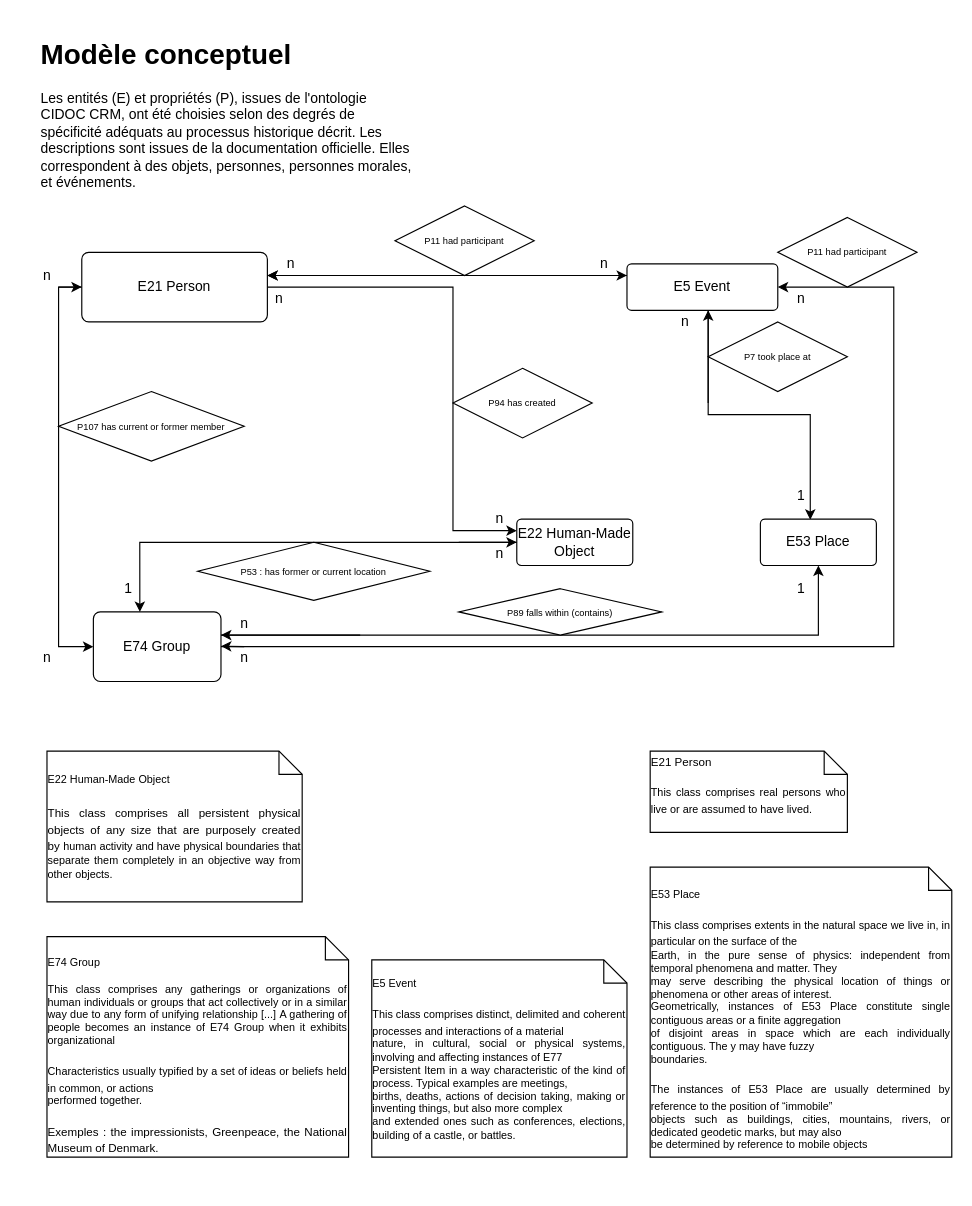
Oeconomo/Mexican_natures keeps this draw.io diagram as CIDOC CRM.drawio. Above is the earlier version. Source tidied: cells renumbered, new cells numbered last; positions are measured from the earlier drawing's top-left corner, leaving out a move shared by most shapes. Both pictures are drawn from the tidied source at 116%, with x=0, y=0 at pixel (35, 31).
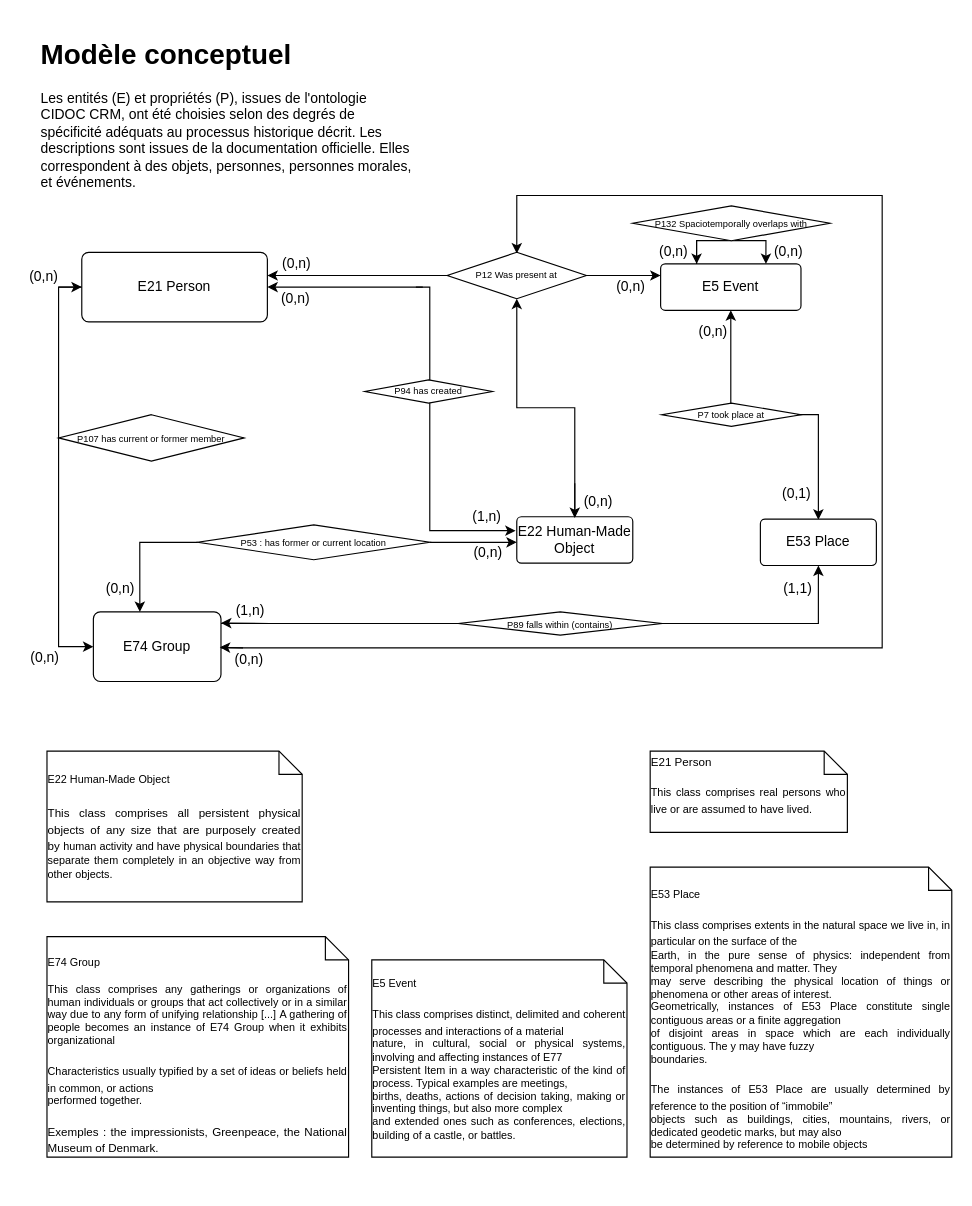
After the change.

The change refers to these unchanged cells:
```xml
<mxCell id="6" value="&lt;div&gt;&lt;/div&gt;E53 Place" style="rounded=1;arcSize=10;whiteSpace=wrap;html=1;align=center;" parent="1" vertex="1">
  <mxGeometry x="625" y="420" width="100" height="40" as="geometry" />
</mxCell>
<mxCell id="10" value="&lt;div&gt;E21 Person&lt;/div&gt;" style="rounded=1;arcSize=10;whiteSpace=wrap;html=1;align=center;" parent="1" vertex="1">
  <mxGeometry x="40" y="190" width="160" height="60" as="geometry" />
</mxCell>
<mxCell id="16" value="E74 Group" style="rounded=1;arcSize=10;whiteSpace=wrap;html=1;align=center;" parent="1" vertex="1">
  <mxGeometry x="50" y="500" width="110" height="60" as="geometry" />
</mxCell>
```

What changed in the source:
```diff
@@
-    <mxCell id="2" style="edgeStyle=orthogonalEdgeStyle;rounded=0;jettySize=auto;html=1;fontFamily=Helvetica;fontSize=8;entryX=0.43;entryY=0.013;entryDx=0;entryDy=0;entryPerimeter=0;" parent="1" edge="1" source="4" target="6">
+    <mxCell id="2" style="edgeStyle=orthogonalEdgeStyle;rounded=0;orthogonalLoop=1;jettySize=auto;html=1;fontFamily=Helvetica;fontSize=8;entryX=0.43;entryY=0.013;entryDx=0;entryDy=0;entryPerimeter=0;startArrow=none;" parent="1" edge="1">
       <mxGeometry relative="1" as="geometry">
+        <mxPoint x="667" y="330" as="sourcePoint" />
+        <mxPoint x="675" y="420.5" as="targetPoint" />
         <Array as="points">
-          <mxPoint x="580" y="330" />
-          <mxPoint x="668" y="330" />
+          <mxPoint x="587" y="330" />
+          <mxPoint x="675" y="330" />
         </Array>
       </mxGeometry>
     </mxCell>
-    <mxCell id="3" style="edgeStyle=orthogonalEdgeStyle;rounded=0;jettySize=auto;html=1;fontFamily=Helvetica;fontSize=8;exitX=0;exitY=0.25;exitDx=0;exitDy=0;" parent="1" edge="1" source="4">
+    <mxCell id="3" style="edgeStyle=orthogonalEdgeStyle;rounded=0;jettySize=auto;html=1;fontFamily=Helvetica;fontSize=8;exitX=0;exitY=0.25;exitDx=0;exitDy=0;startArrow=none;" parent="1" edge="1" source="21">
       <mxGeometry relative="1" as="geometry">
         <mxPoint x="200" y="210" as="targetPoint" />
         <Array as="points">
-          <mxPoint x="260" y="210" />
+          <mxPoint x="415" y="210" />
         </Array>
       </mxGeometry>
     </mxCell>
+    <mxCell id="47" style="edgeStyle=orthogonalEdgeStyle;rounded=0;orthogonalLoop=1;jettySize=auto;html=1;fontFamily=Helvetica;fontSize=12;entryX=0.75;entryY=0;entryDx=0;entryDy=0;" parent="1" edge="1" source="4" target="4">
+      <mxGeometry relative="1" as="geometry">
+        <Array as="points">
+          <mxPoint x="570" y="180" />
+          <mxPoint x="630" y="180" />
+        </Array>
+      </mxGeometry>
+    </mxCell>
     <mxCell id="4" value="E5 Event" style="rounded=1;arcSize=10;whiteSpace=wrap;html=1;align=center;" parent="1" vertex="1">
-      <mxGeometry x="510" y="200" width="130" height="40" as="geometry" />
+      <mxGeometry x="539" y="200" width="121" height="40" as="geometry" />
     </mxCell>
@@
-    <mxCell id="9" style="edgeStyle=orthogonalEdgeStyle;rounded=0;jettySize=auto;html=1;fontFamily=Helvetica;fontSize=8;entryX=0;entryY=0.25;entryDx=0;entryDy=0;" parent="1" edge="1" source="10" target="19">
+    <mxCell id="9" style="edgeStyle=orthogonalEdgeStyle;rounded=0;orthogonalLoop=1;jettySize=auto;html=1;fontFamily=Helvetica;fontSize=8;startArrow=none;" parent="1" edge="1">
       <mxGeometry relative="1" as="geometry">
+        <mxPoint x="328" y="220" as="sourcePoint" />
+        <mxPoint x="414" y="430" as="targetPoint" />
         <Array as="points">
-          <mxPoint x="360" y="220" />
-          <mxPoint x="360" y="430" />
+          <mxPoint x="340" y="220" />
+          <mxPoint x="340" y="430" />
         </Array>
       </mxGeometry>
     </mxCell>
@@
-    <mxCell id="12" value="&lt;div&gt;&lt;div&gt;&lt;font style=&quot;font-size: 8px;&quot;&gt;P53 : has former or current location&lt;/font&gt;&lt;/div&gt;&lt;/div&gt;" style="shape=rhombus;perimeter=rhombusPerimeter;whiteSpace=wrap;html=1;align=center;" parent="1" vertex="1">
-      <mxGeometry x="140" y="440" width="200" height="50" as="geometry" />
-    </mxCell>
@@
     <mxCell id="14" style="edgeStyle=orthogonalEdgeStyle;rounded=0;jettySize=auto;html=1;entryX=0.5;entryY=1;entryDx=0;entryDy=0;fontFamily=Helvetica;fontSize=10;" parent="1" edge="1" source="16" target="6">
       <mxGeometry relative="1" as="geometry">
         <Array as="points">
-          <mxPoint x="675" y="520" />
+          <mxPoint x="675" y="510" />
         </Array>
       </mxGeometry>
     </mxCell>
-    <mxCell id="15" style="edgeStyle=orthogonalEdgeStyle;rounded=0;jettySize=auto;html=1;fontFamily=Helvetica;fontSize=8;entryX=1;entryY=0.5;entryDx=0;entryDy=0;" parent="1" edge="1" source="16" target="4">
+    <mxCell id="15" style="edgeStyle=orthogonalEdgeStyle;rounded=0;orthogonalLoop=1;jettySize=auto;html=1;fontFamily=Helvetica;fontSize=8;entryX=0.5;entryY=0;entryDx=0;entryDy=0;" parent="1" edge="1">
       <mxGeometry relative="1" as="geometry">
+        <mxPoint x="160" y="531" as="sourcePoint" />
+        <mxPoint x="415" y="191" as="targetPoint" />
         <Array as="points">
-          <mxPoint x="740" y="530" />
-          <mxPoint x="740" y="220" />
+          <mxPoint x="730" y="531" />
+          <mxPoint x="730" y="141" />
+          <mxPoint x="415" y="141" />
         </Array>
       </mxGeometry>
     </mxCell>
@@
-    <mxCell id="18" style="edgeStyle=orthogonalEdgeStyle;rounded=0;jettySize=auto;html=1;entryX=0.364;entryY=0;entryDx=0;entryDy=0;entryPerimeter=0;fontFamily=Helvetica;fontSize=8;" parent="1" edge="1" source="19" target="16">
+    <mxCell id="18" style="edgeStyle=orthogonalEdgeStyle;rounded=0;jettySize=auto;html=1;entryX=0.364;entryY=0;entryDx=0;entryDy=0;entryPerimeter=0;fontFamily=Helvetica;fontSize=8;startArrow=none;exitX=0;exitY=0.5;exitDx=0;exitDy=0;" parent="1" edge="1" source="12" target="16">
       <mxGeometry relative="1" as="geometry" />
     </mxCell>
+    <mxCell id="48" style="edgeStyle=orthogonalEdgeStyle;rounded=0;jettySize=auto;html=1;entryX=0.5;entryY=1;entryDx=0;entryDy=0;fontFamily=Helvetica;fontSize=8;" parent="1" edge="1" source="19" target="21">
+      <mxGeometry relative="1" as="geometry" />
+    </mxCell>
     <mxCell id="19" value="E22 Human-Made Object" style="rounded=1;arcSize=10;whiteSpace=wrap;html=1;align=center;" parent="1" vertex="1">
-      <mxGeometry x="415" y="420" width="100" height="40" as="geometry" />
+      <mxGeometry x="415" y="418" width="100" height="40" as="geometry" />
     </mxCell>
@@
-    <mxCell id="21" value="&lt;font style=&quot;font-size: 8px;&quot;&gt;P11 had participant&lt;/font&gt;" style="shape=rhombus;perimeter=rhombusPerimeter;whiteSpace=wrap;html=1;align=center;fontFamily=Helvetica;fontSize=8;" parent="1" vertex="1">
-      <mxGeometry x="310" y="150" width="120" height="60" as="geometry" />
-    </mxCell>
-    <mxCell id="22" value="P7 took place at" style="shape=rhombus;perimeter=rhombusPerimeter;whiteSpace=wrap;html=1;align=center;fontFamily=Helvetica;fontSize=8;" parent="1" vertex="1">
-      <mxGeometry x="580" y="250" width="120" height="60" as="geometry" />
-    </mxCell>
-    <mxCell id="23" value="P94 has created" style="shape=rhombus;perimeter=rhombusPerimeter;whiteSpace=wrap;html=1;align=center;fontFamily=Helvetica;fontSize=8;" parent="1" vertex="1">
-      <mxGeometry x="360" y="290" width="120" height="60" as="geometry" />
-    </mxCell>
     <mxCell id="24" value="&lt;br&gt;&lt;div title=&quot;Page 101&quot; class=&quot;page&quot;&gt;&lt;div class=&quot;layoutArea&quot;&gt;&lt;div class=&quot;column&quot;&gt;     &lt;p&gt;&lt;font style=&quot;font-size: 8px;&quot;&gt;P107 has current or former member&lt;/font&gt;&lt;/p&gt;&lt;/div&gt;   &lt;/div&gt;&lt;br&gt;  &lt;/div&gt;" style="shape=rhombus;perimeter=rhombusPerimeter;whiteSpace=wrap;html=1;align=center;fontFamily=Helvetica;fontSize=10;" parent="1" vertex="1">
-      <mxGeometry x="20" y="310" width="160" height="60" as="geometry" />
+      <mxGeometry x="20" y="330" width="160" height="40" as="geometry" />
     </mxCell>
-    <mxCell id="25" value="&lt;font style=&quot;font-size: 8px;&quot;&gt;P11 had participant&lt;/font&gt;" style="shape=rhombus;perimeter=rhombusPerimeter;whiteSpace=wrap;html=1;align=center;fontFamily=Helvetica;fontSize=8;" parent="1" vertex="1">
-      <mxGeometry x="640" y="160" width="120" height="60" as="geometry" />
-    </mxCell>
     <mxCell id="26" value="&lt;span style=&quot;font-size: 8px; background-color: initial;&quot;&gt;P89 falls within (contains)&lt;/span&gt;" style="shape=rhombus;perimeter=rhombusPerimeter;whiteSpace=wrap;html=1;align=center;fontFamily=Helvetica;fontSize=10;" parent="1" vertex="1">
-      <mxGeometry x="365" y="480" width="175" height="40" as="geometry" />
+      <mxGeometry x="365" y="500" width="175" height="20" as="geometry" />
     </mxCell>
-    <mxCell id="27" style="endArrow=classic;startArrow=classic;html=1;rounded=0;fontFamily=Helvetica;fontSize=8;entryX=0;entryY=0.25;entryDx=0;entryDy=0;" parent="1" edge="1" target="4">
-      <mxGeometry relative="1" as="geometry">
-        <mxPoint x="200" y="210" as="sourcePoint" />
-      </mxGeometry>
-    </mxCell>
@@
-    <mxCell id="29" style="endArrow=classic;html=1;rounded=0;fontFamily=Helvetica;fontSize=8;" parent="1" edge="1">
+    <mxCell id="29" style="endArrow=classic;html=1;rounded=0;fontFamily=Helvetica;fontSize=8;exitX=1;exitY=0.5;exitDx=0;exitDy=0;" parent="1" edge="1" source="12">
       <mxGeometry relative="1" as="geometry">
-        <mxPoint x="365" y="440" as="sourcePoint" />
         <mxPoint x="415" y="440" as="targetPoint" />
       </mxGeometry>
     </mxCell>
-    <mxCell id="30" style="endArrow=classic;html=1;rounded=0;fontFamily=Helvetica;fontSize=8;" parent="1" edge="1">
+    <mxCell id="30" style="endArrow=classic;html=1;rounded=0;fontFamily=Helvetica;fontSize=8;exitX=0.975;exitY=0.55;exitDx=0;exitDy=0;exitPerimeter=0;" parent="1" edge="1">
       <mxGeometry relative="1" as="geometry">
-        <mxPoint x="280" y="520" as="sourcePoint" />
-        <mxPoint x="160" y="520" as="targetPoint" />
+        <mxPoint x="202" y="510" as="sourcePoint" />
+        <mxPoint x="160" y="509.5" as="targetPoint" />
       </mxGeometry>
     </mxCell>
     <mxCell id="31" style="endArrow=classic;html=1;rounded=0;fontFamily=Helvetica;fontSize=8;" parent="1" edge="1">
       <mxGeometry relative="1" as="geometry">
-        <mxPoint x="180" y="530" as="sourcePoint" />
-        <mxPoint x="160" y="529.5" as="targetPoint" />
+        <mxPoint x="179" y="531" as="sourcePoint" />
+        <mxPoint x="159" y="530.5" as="targetPoint" />
       </mxGeometry>
     </mxCell>
     <mxCell id="32" style="endArrow=classic;html=1;rounded=0;fontFamily=Helvetica;fontSize=8;" parent="1" edge="1">
       <mxGeometry relative="1" as="geometry">
-        <mxPoint x="580" y="320" as="sourcePoint" />
-        <mxPoint x="580" y="240" as="targetPoint" />
+        <mxPoint x="599.5" y="320" as="sourcePoint" />
+        <mxPoint x="599.5" y="240" as="targetPoint" />
       </mxGeometry>
     </mxCell>
-    <mxCell id="33" value="&lt;font style=&quot;font-size: 12px;&quot;&gt;n&lt;/font&gt;" style="text;html=1;align=center;verticalAlign=middle;strokeColor=none;fillColor=none;fontSize=8;fontFamily=Helvetica;" parent="1" vertex="1">
-      <mxGeometry x="210" y="190" width="20" height="20" as="geometry" />
+    <mxCell id="33" value="&lt;font style=&quot;font-size: 12px;&quot;&gt;(0,n)&lt;/font&gt;" style="text;html=1;align=center;verticalAlign=middle;strokeColor=none;fillColor=none;fontSize=8;fontFamily=Helvetica;" parent="1" vertex="1">
+      <mxGeometry x="205" y="190" width="40" height="20" as="geometry" />
     </mxCell>
-    <mxCell id="34" value="&lt;font style=&quot;font-size: 12px;&quot;&gt;n&lt;/font&gt;" style="text;html=1;align=center;verticalAlign=middle;strokeColor=none;fillColor=none;fontSize=8;fontFamily=Helvetica;" parent="1" vertex="1">
-      <mxGeometry y="530" width="20" height="20" as="geometry" />
+    <mxCell id="34" value="&lt;span style=&quot;font-size: 12px;&quot;&gt;(0,n)&lt;/span&gt;" style="text;html=1;align=center;verticalAlign=middle;strokeColor=none;fillColor=none;fontSize=8;fontFamily=Helvetica;" parent="1" vertex="1">
+      <mxGeometry x="-12" y="530" width="40" height="20" as="geometry" />
     </mxCell>
-    <mxCell id="35" value="&lt;font style=&quot;font-size: 12px;&quot;&gt;n&lt;/font&gt;" style="text;html=1;align=center;verticalAlign=middle;strokeColor=none;fillColor=none;fontSize=8;fontFamily=Helvetica;" parent="1" vertex="1">
-      <mxGeometry x="650" y="220" width="20" height="20" as="geometry" />
-    </mxCell>
-    <mxCell id="36" value="&lt;font style=&quot;font-size: 12px;&quot;&gt;n&lt;/font&gt;" style="text;html=1;align=center;verticalAlign=middle;strokeColor=none;fillColor=none;fontSize=8;fontFamily=Helvetica;" parent="1" vertex="1">
-      <mxGeometry y="200" width="20" height="20" as="geometry" />
+    <mxCell id="36" value="&lt;span style=&quot;font-size: 12px;&quot;&gt;(0,n)&lt;/span&gt;" style="text;html=1;align=center;verticalAlign=middle;strokeColor=none;fillColor=none;fontSize=8;fontFamily=Helvetica;" parent="1" vertex="1">
+      <mxGeometry x="-13" y="201" width="40" height="20" as="geometry" />
     </mxCell>
-    <mxCell id="37" value="&lt;font style=&quot;font-size: 12px;&quot;&gt;n&lt;/font&gt;" style="text;html=1;align=center;verticalAlign=middle;strokeColor=none;fillColor=none;fontSize=8;fontFamily=Helvetica;" parent="1" vertex="1">
-      <mxGeometry x="200" y="220" width="20" height="20" as="geometry" />
+    <mxCell id="37" value="&lt;span style=&quot;font-size: 12px;&quot;&gt;(0,n)&lt;/span&gt;" style="text;html=1;align=center;verticalAlign=middle;strokeColor=none;fillColor=none;fontSize=8;fontFamily=Helvetica;" parent="1" vertex="1">
+      <mxGeometry x="204" y="220" width="40" height="20" as="geometry" />
     </mxCell>
-    <mxCell id="38" value="&lt;font style=&quot;font-size: 12px;&quot;&gt;n&lt;/font&gt;" style="text;html=1;align=center;verticalAlign=middle;strokeColor=none;fillColor=none;fontSize=8;fontFamily=Helvetica;" parent="1" vertex="1">
-      <mxGeometry x="390" y="410" width="20" height="20" as="geometry" />
+    <mxCell id="38" value="&lt;span style=&quot;font-size: 12px;&quot;&gt;(1,n)&lt;/span&gt;" style="text;html=1;align=center;verticalAlign=middle;strokeColor=none;fillColor=none;fontSize=8;fontFamily=Helvetica;" parent="1" vertex="1">
+      <mxGeometry x="369" y="408" width="40" height="20" as="geometry" />
     </mxCell>
-    <mxCell id="39" value="&lt;font style=&quot;font-size: 12px;&quot;&gt;n&lt;/font&gt;" style="text;html=1;align=center;verticalAlign=middle;strokeColor=none;fillColor=none;fontSize=8;fontFamily=Helvetica;" parent="1" vertex="1">
-      <mxGeometry x="170" y="500" width="20" height="20" as="geometry" />
+    <mxCell id="39" value="&lt;span style=&quot;font-size: 12px;&quot;&gt;(1,n)&lt;/span&gt;" style="text;html=1;align=center;verticalAlign=middle;strokeColor=none;fillColor=none;fontSize=8;fontFamily=Helvetica;" parent="1" vertex="1">
+      <mxGeometry x="165" y="489" width="40" height="20" as="geometry" />
     </mxCell>
-    <mxCell id="40" value="&lt;font style=&quot;font-size: 12px;&quot;&gt;n&lt;/font&gt;" style="text;html=1;align=center;verticalAlign=middle;strokeColor=none;fillColor=none;fontSize=8;fontFamily=Helvetica;" parent="1" vertex="1">
-      <mxGeometry x="170" y="530" width="20" height="20" as="geometry" />
+    <mxCell id="40" value="&lt;span style=&quot;font-size: 12px;&quot;&gt;(0,n)&lt;/span&gt;" style="text;html=1;align=center;verticalAlign=middle;strokeColor=none;fillColor=none;fontSize=8;fontFamily=Helvetica;" parent="1" vertex="1">
+      <mxGeometry x="164" y="531" width="40" height="20" as="geometry" />
     </mxCell>
-    <mxCell id="41" value="&lt;font style=&quot;font-size: 12px;&quot;&gt;n&lt;/font&gt;" style="text;html=1;align=center;verticalAlign=middle;strokeColor=none;fillColor=none;fontSize=8;fontFamily=Helvetica;" parent="1" vertex="1">
-      <mxGeometry x="480" y="190" width="20" height="20" as="geometry" />
+    <mxCell id="41" value="&lt;span style=&quot;font-size: 12px;&quot;&gt;(0,n)&lt;/span&gt;" style="text;html=1;align=center;verticalAlign=middle;strokeColor=none;fillColor=none;fontSize=8;fontFamily=Helvetica;" parent="1" vertex="1">
+      <mxGeometry x="493" y="210" width="40" height="20" as="geometry" />
     </mxCell>
-    <mxCell id="42" value="1" style="text;html=1;align=center;verticalAlign=middle;strokeColor=none;fillColor=none;fontSize=12;fontFamily=Helvetica;" parent="1" vertex="1">
-      <mxGeometry x="650" y="470" width="20" height="20" as="geometry" />
+    <mxCell id="42" value="(1,1)" style="text;html=1;align=center;verticalAlign=middle;strokeColor=none;fillColor=none;fontSize=12;fontFamily=Helvetica;" parent="1" vertex="1">
+      <mxGeometry x="637" y="470" width="40" height="20" as="geometry" />
     </mxCell>
-    <mxCell id="43" value="&lt;font style=&quot;font-size: 12px;&quot;&gt;n&lt;/font&gt;" style="text;html=1;align=center;verticalAlign=middle;strokeColor=none;fillColor=none;fontSize=8;fontFamily=Helvetica;" parent="1" vertex="1">
-      <mxGeometry x="550" y="240" width="20" height="20" as="geometry" />
+    <mxCell id="43" value="&lt;span style=&quot;font-size: 12px;&quot;&gt;(0,n)&lt;/span&gt;" style="text;html=1;align=center;verticalAlign=middle;strokeColor=none;fillColor=none;fontSize=8;fontFamily=Helvetica;" parent="1" vertex="1">
+      <mxGeometry x="564" y="249" width="40" height="20" as="geometry" />
     </mxCell>
-    <mxCell id="44" value="1" style="text;html=1;align=center;verticalAlign=middle;strokeColor=none;fillColor=none;fontSize=12;fontFamily=Helvetica;" parent="1" vertex="1">
-      <mxGeometry x="650" y="390" width="20" height="20" as="geometry" />
+    <mxCell id="44" value="(0,1)" style="text;html=1;align=center;verticalAlign=middle;strokeColor=none;fillColor=none;fontSize=12;fontFamily=Helvetica;" parent="1" vertex="1">
+      <mxGeometry x="636" y="388" width="40" height="20" as="geometry" />
     </mxCell>
-    <mxCell id="45" value="&lt;font style=&quot;font-size: 12px;&quot;&gt;n&lt;/font&gt;" style="text;html=1;align=center;verticalAlign=middle;strokeColor=none;fillColor=none;fontSize=8;fontFamily=Helvetica;" parent="1" vertex="1">
-      <mxGeometry x="390" y="440" width="20" height="20" as="geometry" />
+    <mxCell id="45" value="&lt;span style=&quot;font-size: 12px;&quot;&gt;(0,n)&lt;/span&gt;" style="text;html=1;align=center;verticalAlign=middle;strokeColor=none;fillColor=none;fontSize=8;fontFamily=Helvetica;" parent="1" vertex="1">
+      <mxGeometry x="370" y="439" width="40" height="20" as="geometry" />
     </mxCell>
-    <mxCell id="46" value="&lt;font style=&quot;font-size: 12px;&quot;&gt;1&lt;/font&gt;" style="text;html=1;align=center;verticalAlign=middle;strokeColor=none;fillColor=none;fontSize=8;fontFamily=Helvetica;" parent="1" vertex="1">
-      <mxGeometry x="70" y="470" width="20" height="20" as="geometry" />
+    <mxCell id="46" value="&lt;span style=&quot;font-size: 12px;&quot;&gt;(0,n)&lt;/span&gt;" style="text;html=1;align=center;verticalAlign=middle;strokeColor=none;fillColor=none;fontSize=8;fontFamily=Helvetica;" parent="1" vertex="1">
+      <mxGeometry x="53" y="470" width="40" height="20" as="geometry" />
     </mxCell>
+    <mxCell id="49" style="endArrow=classic;html=1;rounded=0;fontFamily=Helvetica;fontSize=12;" parent="1" edge="1">
+      <mxGeometry relative="1" as="geometry">
+        <mxPoint x="570" y="180" as="sourcePoint" />
+        <mxPoint x="570" y="200" as="targetPoint" />
+      </mxGeometry>
+    </mxCell>
+    <mxCell id="50" value="&lt;font style=&quot;font-size: 8px;&quot;&gt;P132 Spaciotemporally overlaps with&lt;/font&gt;" style="shape=rhombus;perimeter=rhombusPerimeter;whiteSpace=wrap;html=1;align=center;fontFamily=Helvetica;fontSize=12;" parent="1" vertex="1">
+      <mxGeometry x="515" y="150" width="170" height="30" as="geometry" />
+    </mxCell>
+    <mxCell id="51" value="&lt;span style=&quot;font-size: 12px;&quot;&gt;(0,n)&lt;/span&gt;" style="text;html=1;align=center;verticalAlign=middle;strokeColor=none;fillColor=none;fontSize=8;fontFamily=Helvetica;" parent="1" vertex="1">
+      <mxGeometry x="530" y="180" width="40" height="20" as="geometry" />
+    </mxCell>
+    <mxCell id="52" value="&lt;span style=&quot;font-size: 12px;&quot;&gt;(0,n)&lt;/span&gt;" style="text;html=1;align=center;verticalAlign=middle;strokeColor=none;fillColor=none;fontSize=8;fontFamily=Helvetica;" parent="1" vertex="1">
+      <mxGeometry x="629" y="180" width="40" height="20" as="geometry" />
+    </mxCell>
+    <mxCell id="22" value="P7 took place at" style="shape=rhombus;perimeter=rhombusPerimeter;whiteSpace=wrap;html=1;align=center;fontFamily=Helvetica;fontSize=8;" parent="1" vertex="1">
+      <mxGeometry x="540" y="320" width="120" height="20" as="geometry" />
+    </mxCell>
+    <mxCell id="23" value="P94 has created" style="shape=rhombus;perimeter=rhombusPerimeter;whiteSpace=wrap;html=1;align=center;fontFamily=Helvetica;fontSize=8;" parent="1" vertex="1">
+      <mxGeometry x="284" y="300" width="110" height="20" as="geometry" />
+    </mxCell>
+    <mxCell id="53" style="endArrow=classic;html=1;rounded=0;fontFamily=Helvetica;fontSize=8;" parent="1" edge="1">
+      <mxGeometry relative="1" as="geometry">
+        <mxPoint x="334" y="220" as="sourcePoint" />
+        <mxPoint x="200" y="220" as="targetPoint" />
+      </mxGeometry>
+    </mxCell>
+    <mxCell id="12" value="&lt;div&gt;&lt;div&gt;&lt;font style=&quot;font-size: 8px;&quot;&gt;P53 : has former or current location&lt;/font&gt;&lt;/div&gt;&lt;/div&gt;" style="shape=rhombus;perimeter=rhombusPerimeter;whiteSpace=wrap;html=1;align=center;" parent="1" vertex="1">
+      <mxGeometry x="140" y="425" width="200" height="30" as="geometry" />
+    </mxCell>
+    <mxCell id="54" value="&lt;font style=&quot;font-size: 12px;&quot;&gt;(0,n)&lt;/font&gt;" style="text;html=1;align=center;verticalAlign=middle;strokeColor=none;fillColor=none;fontSize=8;fontFamily=Helvetica;" parent="1" vertex="1">
+      <mxGeometry x="465" y="395" width="40" height="20" as="geometry" />
+    </mxCell>
+    <mxCell id="55" style="endArrow=classic;html=1;rounded=0;fontFamily=Helvetica;fontSize=8;entryX=0;entryY=0.25;entryDx=0;entryDy=0;exitX=1;exitY=0.5;exitDx=0;exitDy=0;" parent="1" edge="1" source="21" target="4">
+      <mxGeometry relative="1" as="geometry" />
+    </mxCell>
+    <mxCell id="56" style="endArrow=classic;html=1;rounded=0;fontFamily=Helvetica;fontSize=8;" parent="1" edge="1">
+      <mxGeometry relative="1" as="geometry">
+        <mxPoint x="465" y="389" as="sourcePoint" />
+        <mxPoint x="465" y="419" as="targetPoint" />
+      </mxGeometry>
+    </mxCell>
+    <mxCell id="21" value="P12 Was present at" style="shape=rhombus;perimeter=rhombusPerimeter;whiteSpace=wrap;html=1;align=center;fontFamily=Helvetica;fontSize=8;" parent="1" vertex="1">
+      <mxGeometry x="355" y="190" width="120" height="40" as="geometry" />
+    </mxCell>
```
